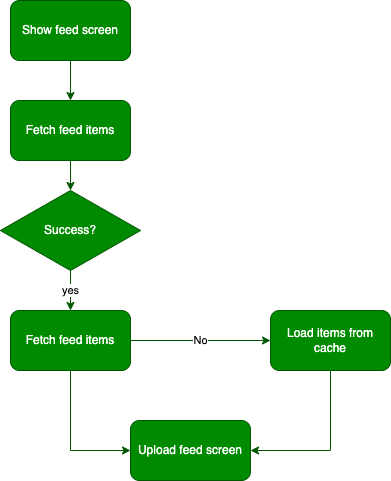
sebspi/essential-feed-case-study keeps this draw.io diagram as flowchart.png. Above is the earlier version. Source tidied: cells renumbered, new cells last; positions are measured from the earlier drawing's top-left corner, leaving out a move shared by most shapes.
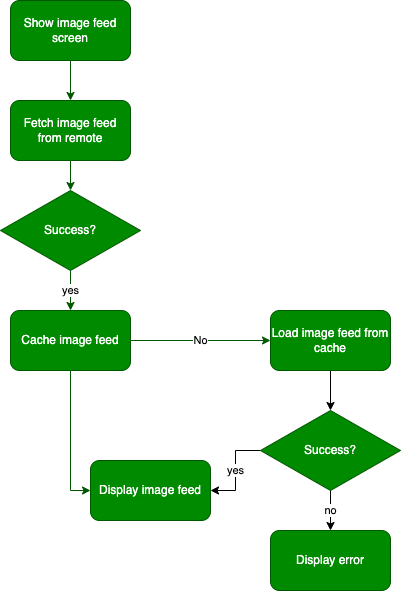
After the change.

Diff of the diagram source:
```diff
@@ -5,13 +5,13 @@
     <mxCell id="2" style="edgeStyle=orthogonalEdgeStyle;rounded=0;jettySize=auto;html=1;exitX=0.5;exitY=1;exitDx=0;exitDy=0;entryX=0.5;entryY=0;entryDx=0;entryDy=0;fillColor=#008a00;strokeColor=#005700;" parent="1" edge="1" source="3" target="5">
       <mxGeometry relative="1" as="geometry" />
     </mxCell>
-    <mxCell id="3" value="Show feed screen" style="rounded=1;whiteSpace=wrap;html=1;fillColor=#008a00;fontColor=#ffffff;strokeColor=#005700;" parent="1" vertex="1">
+    <mxCell id="3" value="Show image feed screen" style="rounded=1;whiteSpace=wrap;html=1;fillColor=#008a00;fontColor=#ffffff;strokeColor=#005700;" parent="1" vertex="1">
       <mxGeometry x="10" width="120" height="60" as="geometry" />
     </mxCell>
     <mxCell id="4" style="edgeStyle=orthogonalEdgeStyle;rounded=0;jettySize=auto;html=1;exitX=0.5;exitY=1;exitDx=0;exitDy=0;entryX=0.5;entryY=0;entryDx=0;entryDy=0;fillColor=#008a00;strokeColor=#005700;" parent="1" edge="1" source="5" target="7">
       <mxGeometry relative="1" as="geometry" />
     </mxCell>
-    <mxCell id="5" value="Fetch feed items" style="rounded=1;whiteSpace=wrap;html=1;fillColor=#008a00;fontColor=#ffffff;strokeColor=#005700;" parent="1" vertex="1">
+    <mxCell id="5" value="Fetch image feed from remote" style="rounded=1;whiteSpace=wrap;html=1;fillColor=#008a00;fontColor=#ffffff;strokeColor=#005700;" parent="1" vertex="1">
       <mxGeometry x="10" y="100" width="120" height="60" as="geometry" />
     </mxCell>
     <mxCell id="6" value="yes" style="edgeStyle=orthogonalEdgeStyle;rounded=0;jettySize=auto;html=1;exitX=0.5;exitY=1;exitDx=0;exitDy=0;entryX=0.5;entryY=0;entryDx=0;entryDy=0;fillColor=#008a00;strokeColor=#005700;" parent="1" edge="1" source="7" target="10">
@@ -26,17 +26,29 @@
     <mxCell id="9" style="edgeStyle=orthogonalEdgeStyle;rounded=0;jettySize=auto;html=1;exitX=0.5;exitY=1;exitDx=0;exitDy=0;entryX=0;entryY=0.5;entryDx=0;entryDy=0;fillColor=#008a00;strokeColor=#005700;" parent="1" edge="1" source="10" target="13">
       <mxGeometry relative="1" as="geometry" />
     </mxCell>
-    <mxCell id="10" value="Fetch feed items" style="rounded=1;whiteSpace=wrap;html=1;fillColor=#008a00;fontColor=#ffffff;strokeColor=#005700;" parent="1" vertex="1">
+    <mxCell id="10" value="Cache image feed" style="rounded=1;whiteSpace=wrap;html=1;fillColor=#008a00;fontColor=#ffffff;strokeColor=#005700;" parent="1" vertex="1">
       <mxGeometry x="10" y="310" width="120" height="60" as="geometry" />
     </mxCell>
-    <mxCell id="11" style="edgeStyle=orthogonalEdgeStyle;rounded=0;jettySize=auto;html=1;exitX=0.5;exitY=1;exitDx=0;exitDy=0;entryX=1;entryY=0.5;entryDx=0;entryDy=0;fillColor=#008a00;strokeColor=#005700;" parent="1" edge="1" source="12" target="13">
-      <mxGeometry relative="1" as="geometry" />
-    </mxCell>
+    <mxCell id="14" style="edgeStyle=orthogonalEdgeStyle;rounded=0;jettySize=auto;html=1;exitX=0.5;exitY=1;exitDx=0;exitDy=0;" parent="1" edge="1" source="12" target="17">
+      <mxGeometry relative="1" as="geometry" />
+    </mxCell>
-    <mxCell id="12" value="Load items from cache" style="rounded=1;whiteSpace=wrap;html=1;fillColor=#008a00;fontColor=#ffffff;strokeColor=#005700;" parent="1" vertex="1">
+    <mxCell id="12" value="Load image feed from cache" style="rounded=1;whiteSpace=wrap;html=1;fillColor=#008a00;fontColor=#ffffff;strokeColor=#005700;" parent="1" vertex="1">
       <mxGeometry x="270" y="310" width="120" height="60" as="geometry" />
     </mxCell>
-    <mxCell id="13" value="Upload feed screen" style="rounded=1;whiteSpace=wrap;html=1;fillColor=#008a00;fontColor=#ffffff;strokeColor=#005700;" parent="1" vertex="1">
-      <mxGeometry x="130" y="420" width="120" height="60" as="geometry" />
+    <mxCell id="13" value="Display image feed" style="rounded=1;whiteSpace=wrap;html=1;fillColor=#008a00;fontColor=#ffffff;strokeColor=#005700;" parent="1" vertex="1">
+      <mxGeometry x="90" y="460" width="120" height="60" as="geometry" />
     </mxCell>
+    <mxCell id="15" value="yes" style="edgeStyle=orthogonalEdgeStyle;rounded=0;jettySize=auto;html=1;exitX=0;exitY=0.5;exitDx=0;exitDy=0;entryX=1;entryY=0.5;entryDx=0;entryDy=0;" parent="1" edge="1" source="17" target="13">
+      <mxGeometry relative="1" as="geometry" />
+    </mxCell>
+    <mxCell id="16" value="no" style="edgeStyle=orthogonalEdgeStyle;rounded=0;jettySize=auto;html=1;exitX=0.5;exitY=1;exitDx=0;exitDy=0;entryX=0.5;entryY=0;entryDx=0;entryDy=0;" parent="1" edge="1" source="17" target="18">
+      <mxGeometry relative="1" as="geometry" />
+    </mxCell>
+    <mxCell id="17" value="Success?" style="rhombus;whiteSpace=wrap;html=1;fillColor=#008a00;fontColor=#ffffff;strokeColor=#005700;" parent="1" vertex="1">
+      <mxGeometry x="260" y="410" width="140" height="80" as="geometry" />
+    </mxCell>
+    <mxCell id="18" value="Display error" style="rounded=1;whiteSpace=wrap;html=1;fillColor=#008a00;fontColor=#ffffff;strokeColor=#005700;" parent="1" vertex="1">
+      <mxGeometry x="270" y="530" width="120" height="60" as="geometry" />
+    </mxCell>
   </root>
 </mxGraphModel>
```
